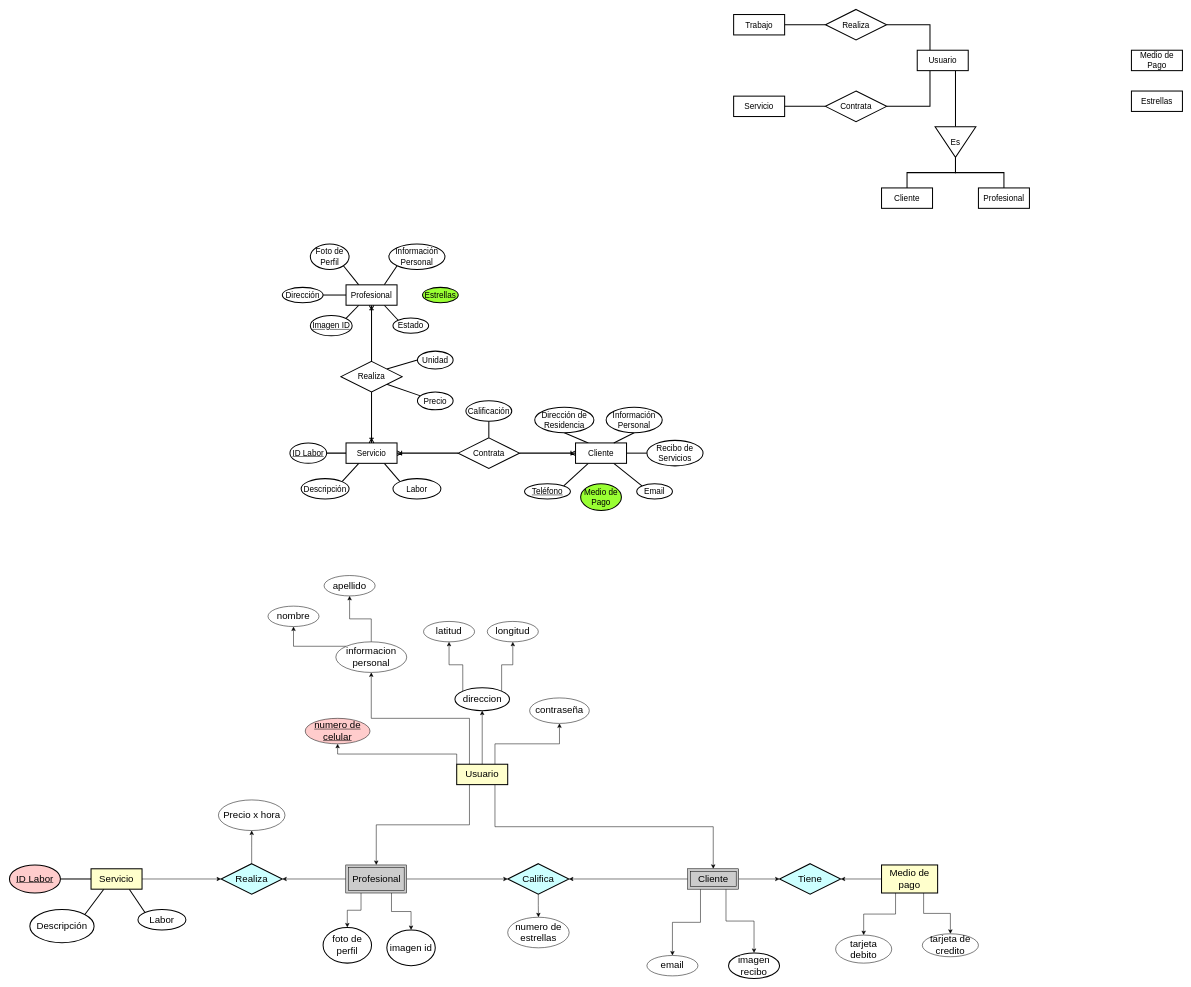
Hazzard1912/domesticapp keeps this draw.io diagram as Diagramas/Dragrama Entidad-Relacion.drawio. Above is the earlier version. Source tidied: cells renumbered, new cells numbered last; positions are measured from the earlier drawing's top-left corner, leaving out a move shared by most shapes. Both pictures are drawn from the tidied source at 51%, with x=0, y=0 at pixel (9, 9).
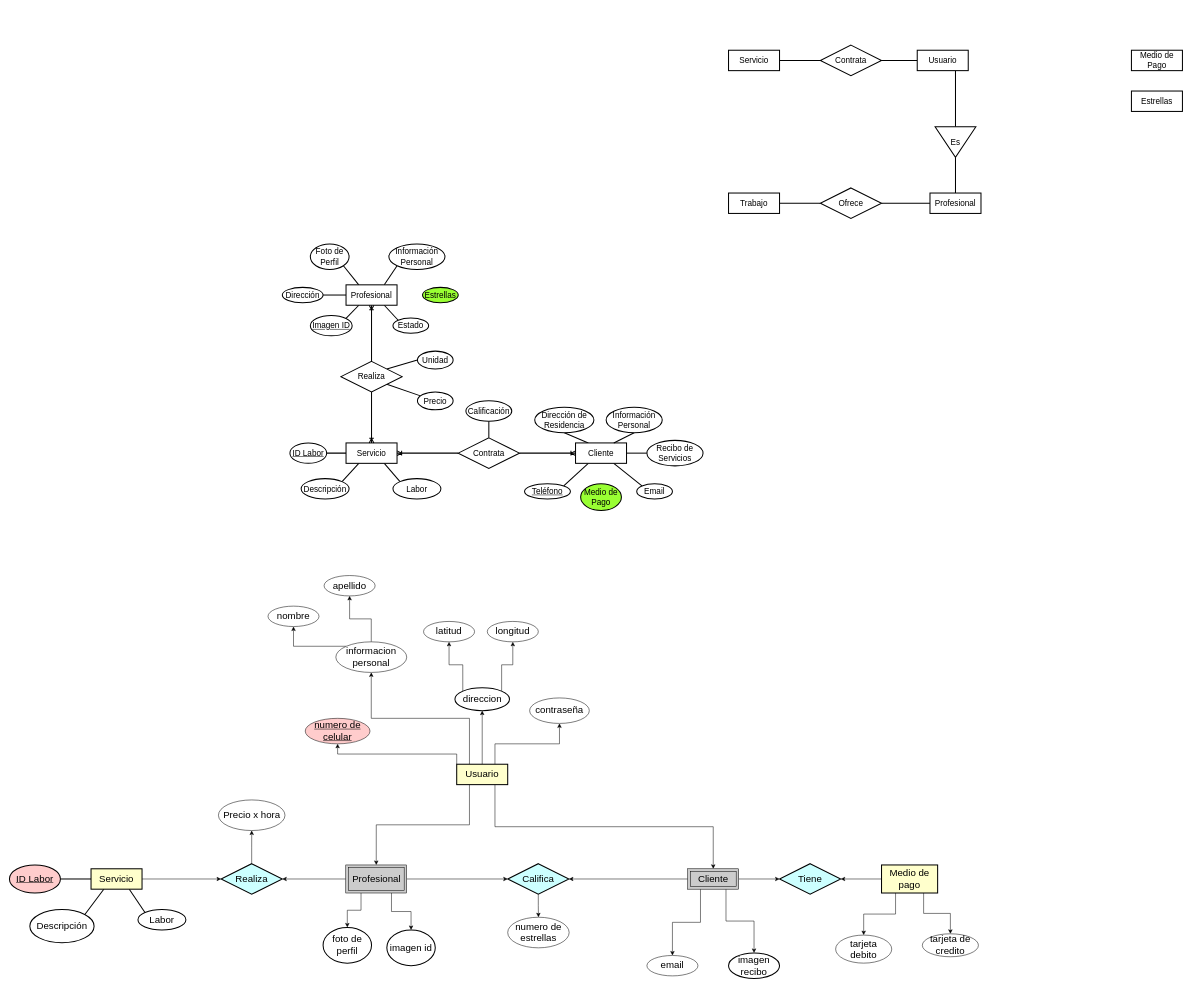
After the change.

Unchanged cells that the change refers to:
```xml
<mxCell id="102" value="Usuario" style="whiteSpace=wrap;html=1;align=center;strokeWidth=2;fontSize=16;" parent="1" vertex="1">
  <mxGeometry x="1780" y="80" width="100" height="40" as="geometry" />
</mxCell>
<mxCell id="111" value="Es" style="triangle;whiteSpace=wrap;html=1;strokeWidth=2;rotation=90;fontSize=16;horizontal=0;" parent="1" vertex="1">
  <mxGeometry x="1825" y="220" width="60" height="80" as="geometry" />
</mxCell>
```

Change to the diagram source:
```diff
@@
-    <mxCell id="99" style="edgeStyle=orthogonalEdgeStyle;rounded=0;jettySize=auto;html=1;exitX=0.25;exitY=0;exitDx=0;exitDy=0;entryX=1;entryY=0.5;entryDx=0;entryDy=0;strokeWidth=2;endArrow=none;endFill=0;" parent="1" edge="1" source="102" target="104">
-      <mxGeometry relative="1" as="geometry" />
-    </mxCell>
-    <mxCell id="100" style="edgeStyle=orthogonalEdgeStyle;rounded=0;jettySize=auto;html=1;exitX=0.25;exitY=1;exitDx=0;exitDy=0;entryX=1;entryY=0.5;entryDx=0;entryDy=0;strokeWidth=2;endArrow=none;endFill=0;" parent="1" edge="1" source="102" target="106">
+    <mxCell id="100" style="edgeStyle=orthogonalEdgeStyle;rounded=0;jettySize=auto;html=1;exitX=0;exitY=0.5;exitDx=0;exitDy=0;entryX=1;entryY=0.5;entryDx=0;entryDy=0;strokeWidth=2;endArrow=none;endFill=0;" parent="1" edge="1" source="102" target="106">
       <mxGeometry relative="1" as="geometry" />
     </mxCell>
@@
+    <mxCell id="116" style="edgeStyle=orthogonalEdgeStyle;rounded=0;jettySize=auto;html=1;exitX=1;exitY=0.5;exitDx=0;exitDy=0;entryX=0;entryY=0.5;entryDx=0;entryDy=0;strokeWidth=2;endArrow=none;endFill=0;" parent="1" edge="1" source="104" target="113">
+      <mxGeometry relative="1" as="geometry" />
+    </mxCell>
-    <mxCell id="104" value="Realiza" style="shape=rhombus;perimeter=rhombusPerimeter;whiteSpace=wrap;html=1;align=center;strokeWidth=2;fontSize=16;" parent="1" vertex="1">
-      <mxGeometry x="1600" width="120" height="60" as="geometry" />
+    <mxCell id="104" value="Ofrece" style="shape=rhombus;perimeter=rhombusPerimeter;whiteSpace=wrap;html=1;align=center;strokeWidth=2;fontSize=16;" parent="1" vertex="1">
+      <mxGeometry x="1590" y="350" width="120" height="60" as="geometry" />
     </mxCell>
@@
     <mxCell id="106" value="Contrata" style="shape=rhombus;perimeter=rhombusPerimeter;whiteSpace=wrap;html=1;align=center;strokeWidth=2;fontSize=16;" parent="1" vertex="1">
-      <mxGeometry x="1600" y="160" width="120" height="60" as="geometry" />
+      <mxGeometry x="1590" y="70" width="120" height="60" as="geometry" />
     </mxCell>
     <mxCell id="107" value="Trabajo" style="whiteSpace=wrap;html=1;align=center;strokeWidth=2;fontSize=16;" parent="1" vertex="1">
-      <mxGeometry x="1420" y="10" width="100" height="40" as="geometry" />
+      <mxGeometry x="1410" y="360" width="100" height="40" as="geometry" />
     </mxCell>
     <mxCell id="108" value="Servicio" style="whiteSpace=wrap;html=1;align=center;strokeWidth=2;fontSize=16;" parent="1" vertex="1">
-      <mxGeometry x="1420" y="170" width="100" height="40" as="geometry" />
+      <mxGeometry x="1410" y="80" width="100" height="40" as="geometry" />
     </mxCell>
-    <mxCell id="109" style="edgeStyle=orthogonalEdgeStyle;rounded=0;jettySize=auto;html=1;exitX=1;exitY=0.5;exitDx=0;exitDy=0;entryX=0.5;entryY=0;entryDx=0;entryDy=0;strokeWidth=2;endArrow=none;endFill=0;" parent="1" edge="1" source="111" target="112">
-      <mxGeometry relative="1" as="geometry" />
-    </mxCell>
@@
-    <mxCell id="112" value="&lt;div&gt;Cliente&lt;/div&gt;" style="whiteSpace=wrap;html=1;align=center;strokeWidth=2;fontSize=16;" parent="1" vertex="1">
-      <mxGeometry x="1710" y="350" width="100" height="40" as="geometry" />
-    </mxCell>
     <mxCell id="113" value="Profesional" style="whiteSpace=wrap;html=1;align=center;strokeWidth=2;fontSize=16;" parent="1" vertex="1">
-      <mxGeometry x="1900" y="350" width="100" height="40" as="geometry" />
+      <mxGeometry x="1805" y="360" width="100" height="40" as="geometry" />
     </mxCell>
```
